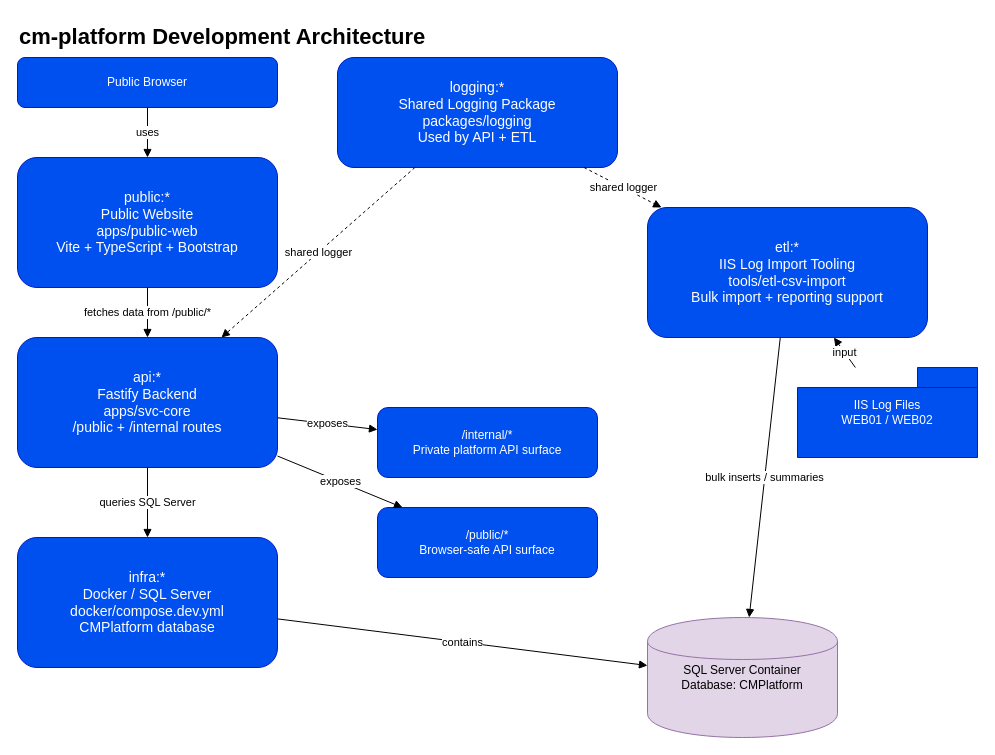
This is docs/architecture.drawio from JohnClydeMastersA2/cm-platform, a draw.io file, before an edit. Source tidied: cells renumbered, new cells numbered last; positions are measured from the earlier drawing's top-left corner, leaving out a move shared by most shapes. Both pictures are drawn from the tidied source at 100%, with x=0, y=0 at pixel (17, 17).
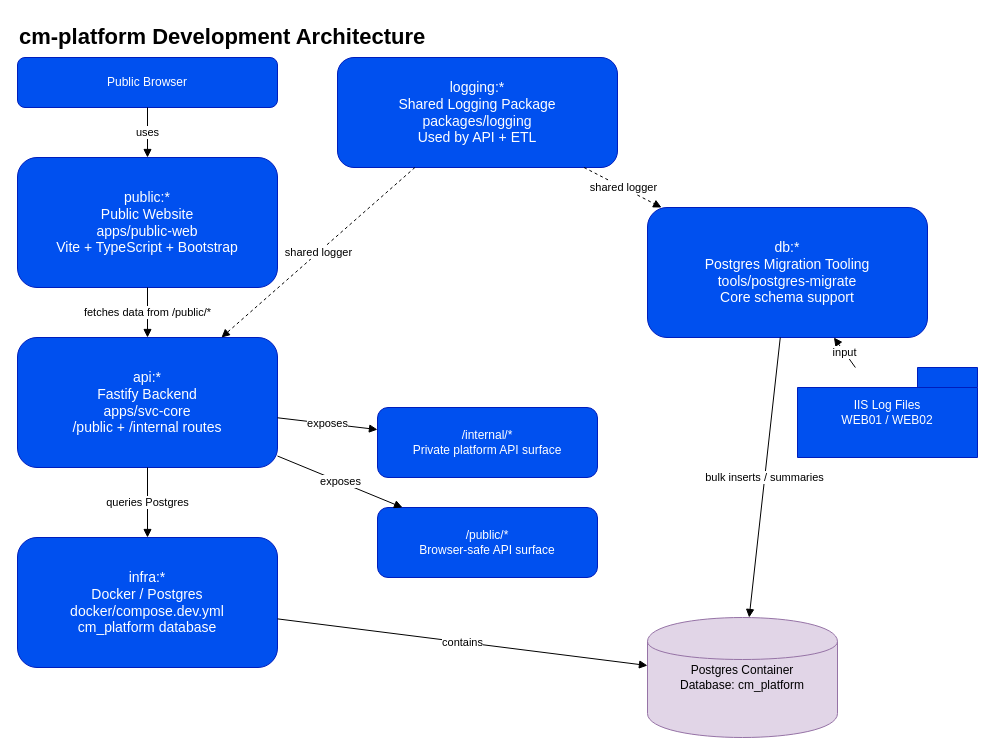
Above is the later version.

The change refers to these unchanged cells:
```xml
<mxCell id="4" value="api:*&#10;Fastify Backend&#10;apps/svc-core&#10;/public + /internal routes" style="rounded=1;whiteSpace=wrap;html=1;fillColor=#0050ef;strokeColor=#001DBC;fontSize=14;fontColor=#ffffff;" parent="1" vertex="1">
  <mxGeometry y="320" width="260" height="130" as="geometry" />
</mxCell>
```

What changed in the source:
```diff
@@
-    <mxCell id="5" value="infra:*&#10;Docker / SQL Server&#10;docker/compose.dev.yml&#10;CMPlatform database" style="rounded=1;whiteSpace=wrap;html=1;fillColor=#0050ef;strokeColor=#001DBC;fontSize=14;fontColor=#ffffff;" parent="1" vertex="1">
+    <mxCell id="5" value="infra:*&#10;Docker / Postgres&#10;docker/compose.dev.yml&#10;cm_platform database" style="rounded=1;whiteSpace=wrap;html=1;fillColor=#0050ef;strokeColor=#001DBC;fontSize=14;fontColor=#ffffff;" parent="1" vertex="1">
       <mxGeometry y="520" width="260" height="130" as="geometry" />
     </mxCell>
-    <mxCell id="6" value="etl:*&#10;IIS Log Import Tooling&#10;tools/etl-csv-import&#10;Bulk import + reporting support" style="rounded=1;whiteSpace=wrap;html=1;fillColor=#0050ef;strokeColor=#001DBC;fontSize=14;fontColor=#ffffff;" parent="1" vertex="1">
+    <mxCell id="6" value="db:*&#10;Postgres Migration Tooling&#10;tools/postgres-migrate&#10;Core schema support" style="rounded=1;whiteSpace=wrap;html=1;fillColor=#0050ef;strokeColor=#001DBC;fontSize=14;fontColor=#ffffff;" parent="1" vertex="1">
       <mxGeometry x="630" y="190" width="280" height="130" as="geometry" />
     </mxCell>
@@
-    <mxCell id="11" value="SQL Server Container&#10;Database: CMPlatform" style="shape=cylinder;whiteSpace=wrap;html=1;fillColor=#e1d5e7;strokeColor=#9673a6;" parent="1" vertex="1">
+    <mxCell id="11" value="Postgres Container&#10;Database: cm_platform" style="shape=cylinder;whiteSpace=wrap;html=1;fillColor=#e1d5e7;strokeColor=#9673a6;" parent="1" vertex="1">
       <mxGeometry x="630" y="600" width="190" height="120" as="geometry" />
     </mxCell>
@@
-    <mxCell id="15" value="queries SQL Server" style="endArrow=block;html=1;" parent="1" edge="1" source="4" target="5">
+    <mxCell id="15" value="queries Postgres" style="endArrow=block;html=1;" parent="1" edge="1" source="4" target="5">
       <mxGeometry relative="1" as="geometry" />
     </mxCell>
```
